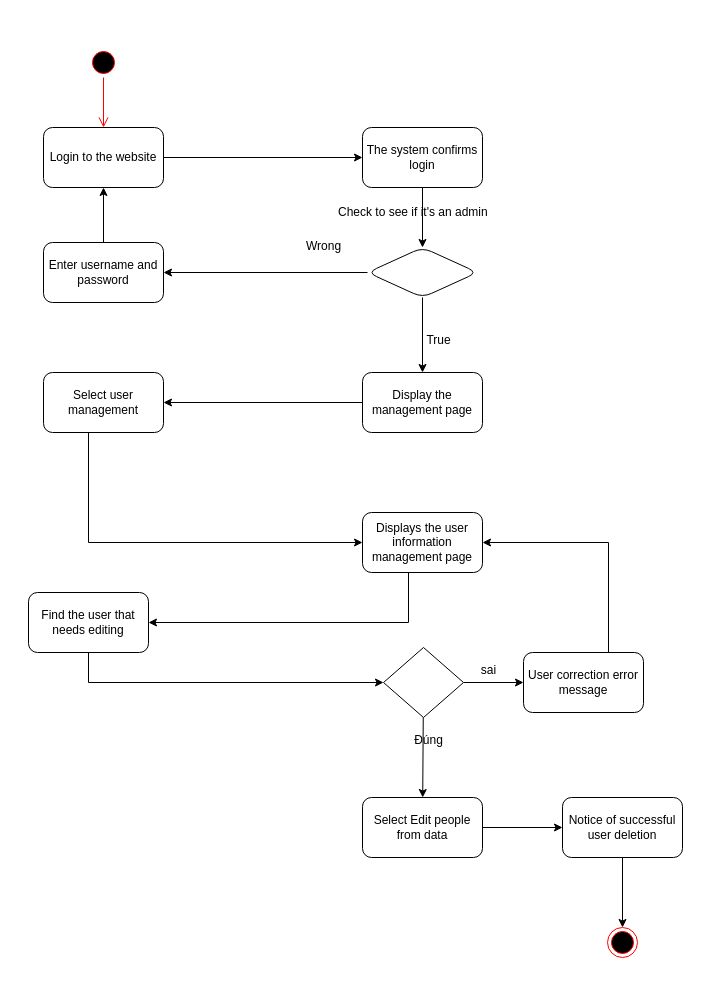
Earlier version of the draw.io diagram page "activity sửa người dùng" (23 of 33) of Biểu đồ không có tiêu đề.drawio (anhduy7723/api_auth). Source tidied: cells renumbered, new cells numbered last; positions are measured from the earlier drawing's top-left corner, leaving out a move shared by most shapes. Both pictures are drawn from the tidied source at 100%, with x=0, y=0 at pixel (28, 47).
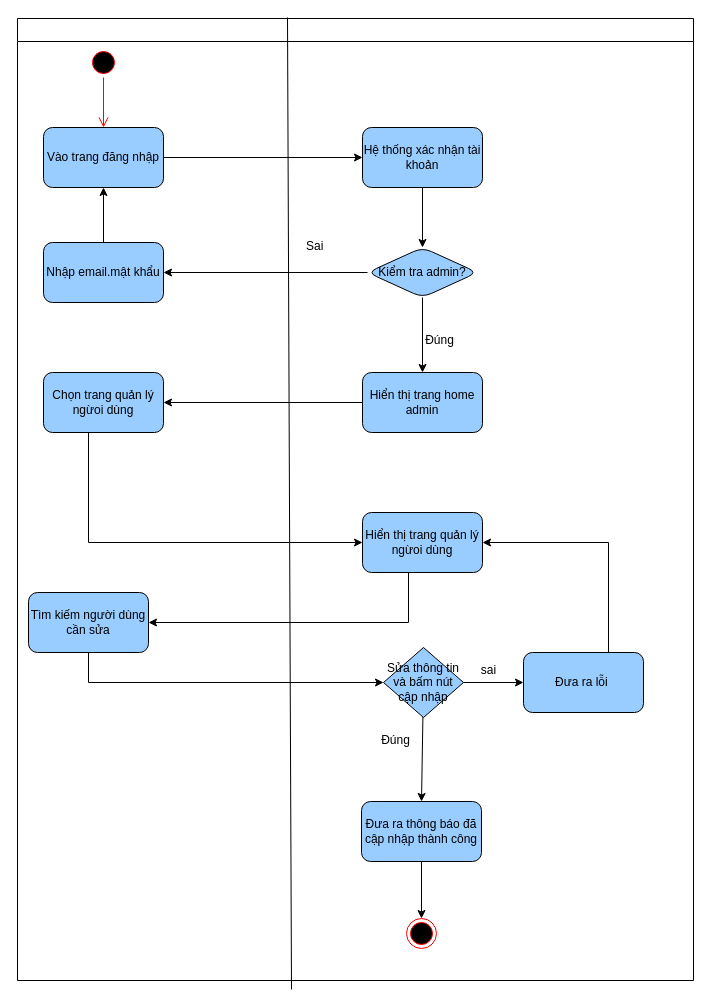
Above is the later version.

Diff of the diagram source:
```diff
@@
-    <mxCell id="5" value="Login to the website" style="rounded=1;whiteSpace=wrap;html=1;" parent="1" vertex="1">
+    <mxCell id="5" value="Vào trang đăng nhập" style="rounded=1;whiteSpace=wrap;html=1;fillColor=#99CCFF;" parent="1" vertex="1">
       <mxGeometry x="15" y="80" width="120" height="60" as="geometry" />
     </mxCell>
@@
-    <mxCell id="7" value="The system confirms login" style="rounded=1;whiteSpace=wrap;html=1;" parent="1" vertex="1">
+    <mxCell id="7" value="Hệ thống xác nhận tài khoản" style="rounded=1;whiteSpace=wrap;html=1;fillColor=#99CCFF;" parent="1" vertex="1">
       <mxGeometry x="334" y="80" width="120" height="60" as="geometry" />
     </mxCell>
@@
-    <mxCell id="10" style="rhombus;whiteSpace=wrap;html=1;rounded=1;" parent="1" vertex="1">
+    <mxCell id="10" value="Kiểm tra admin?" style="rhombus;whiteSpace=wrap;html=1;rounded=1;fillColor=#99CCFF;" parent="1" vertex="1">
       <mxGeometry x="339" y="200" width="110" height="50" as="geometry" />
     </mxCell>
@@
-    <mxCell id="12" value="Enter username and password" style="whiteSpace=wrap;html=1;rounded=1;" parent="1" vertex="1">
+    <mxCell id="12" value="Nhập email.mật khẩu" style="whiteSpace=wrap;html=1;rounded=1;fillColor=#99CCFF;" parent="1" vertex="1">
       <mxGeometry x="15" y="195" width="120" height="60" as="geometry" />
     </mxCell>
@@
-    <mxCell id="14" value="Display the management page" style="whiteSpace=wrap;html=1;rounded=1;" parent="1" vertex="1">
+    <mxCell id="14" value="Hiển thị trang home admin" style="whiteSpace=wrap;html=1;rounded=1;fillColor=#99CCFF;" parent="1" vertex="1">
       <mxGeometry x="334" y="325" width="120" height="60" as="geometry" />
     </mxCell>
-    <mxCell id="15" value="True" style="text;html=1;align=center;verticalAlign=middle;strokeColor=none;fillColor=none;" parent="1" vertex="1">
-      <mxGeometry x="389" y="280" width="42" height="26" as="geometry" />
+    <mxCell id="15" value="Đúng" style="text;html=1;align=center;verticalAlign=middle;strokeColor=none;fillColor=none;" parent="1" vertex="1">
+      <mxGeometry x="387" y="280" width="47" height="26" as="geometry" />
     </mxCell>
@@
-    <mxCell id="17" value="Select user management" style="whiteSpace=wrap;html=1;rounded=1;" parent="1" vertex="1">
+    <mxCell id="17" value="Chọn trang quản lý ngừoi dùng" style="whiteSpace=wrap;html=1;rounded=1;fillColor=#99CCFF;" parent="1" vertex="1">
       <mxGeometry x="15" y="325" width="120" height="60" as="geometry" />
     </mxCell>
@@
-    <mxCell id="19" value="Displays the user information management page" style="whiteSpace=wrap;html=1;rounded=1;" parent="1" vertex="1">
+    <mxCell id="19" value="Hiển thị trang quản lý ngừoi dùng" style="whiteSpace=wrap;html=1;rounded=1;fillColor=#99CCFF;" parent="1" vertex="1">
       <mxGeometry x="334" y="465" width="120" height="60" as="geometry" />
     </mxCell>
@@
-    <mxCell id="21" value="Find the user that needs editing" style="rounded=1;whiteSpace=wrap;html=1;" parent="1" vertex="1">
+    <mxCell id="21" value="Tìm kiếm người dùng cần sửa" style="rounded=1;whiteSpace=wrap;html=1;fillColor=#99CCFF;" parent="1" vertex="1">
       <mxGeometry y="545" width="120" height="60" as="geometry" />
     </mxCell>
-    <mxCell id="22" style="edgeStyle=none;rounded=0;jettySize=auto;html=1;" parent="1" edge="1" source="24" target="26">
+    <mxCell id="22" style="edgeStyle=none;rounded=0;jettySize=auto;html=1;entryX=0.5;entryY=0;entryDx=0;entryDy=0;" parent="1" edge="1" source="24" target="32">
       <mxGeometry relative="1" as="geometry" />
     </mxCell>
@@
-    <mxCell id="24" style="rhombus;whiteSpace=wrap;html=1;" parent="1" vertex="1">
+    <mxCell id="24" value="Sửa thông tin và bấm nút cập nhập" style="rhombus;whiteSpace=wrap;html=1;fillColor=#99CCFF;" parent="1" vertex="1">
       <mxGeometry x="355" y="600" width="80" height="70" as="geometry" />
     </mxCell>
-    <mxCell id="25" style="edgeStyle=none;rounded=0;jettySize=auto;html=1;" parent="1" edge="1" source="26" target="32">
-      <mxGeometry relative="1" as="geometry" />
-    </mxCell>
-    <mxCell id="26" value="Select Edit people from data" style="rounded=1;whiteSpace=wrap;html=1;" parent="1" vertex="1">
-      <mxGeometry x="334" y="750" width="120" height="60" as="geometry" />
-    </mxCell>
@@
-    <mxCell id="28" value="User correction error message" style="rounded=1;whiteSpace=wrap;html=1;" parent="1" vertex="1">
+    <mxCell id="28" value="Đưa ra lỗi&amp;nbsp;" style="rounded=1;whiteSpace=wrap;html=1;fillColor=#99CCFF;" parent="1" vertex="1">
       <mxGeometry x="495" y="605" width="120" height="60" as="geometry" />
     </mxCell>
@@
-    <mxCell id="30" value="Đúng" style="text;html=1;align=center;verticalAlign=middle;strokeColor=none;fillColor=none;" parent="1" vertex="1">
-      <mxGeometry x="375" y="678" width="50" height="30" as="geometry" />
-    </mxCell>
-    <mxCell id="31" style="edgeStyle=none;rounded=0;jettySize=auto;html=1;" parent="1" edge="1" source="32" target="33">
-      <mxGeometry relative="1" as="geometry" />
-    </mxCell>
+    <mxCell id="35" value="Sai" style="text;whiteSpace=wrap;" parent="1" vertex="1">
+      <mxGeometry x="276" y="185" width="63" height="36" as="geometry" />
+    </mxCell>
+    <mxCell id="36" style="swimlane;" parent="1" vertex="1">
+      <mxGeometry x="-11" y="-29" width="676" height="962" as="geometry" />
+    </mxCell>
-    <mxCell id="32" value="Notice of successful user deletion" style="rounded=1;whiteSpace=wrap;html=1;" parent="1" vertex="1">
-      <mxGeometry x="534" y="750" width="120" height="60" as="geometry" />
+    <mxCell id="32" value="Đưa ra thông báo đã cập nhập thành công" style="rounded=1;whiteSpace=wrap;html=1;fillColor=#99CCFF;" parent="36" vertex="1">
+      <mxGeometry x="344" y="783" width="120" height="60" as="geometry" />
     </mxCell>
-    <mxCell id="33" style="ellipse;html=1;shape=endState;fillColor=#000000;strokeColor=#ff0000;" parent="1" vertex="1">
-      <mxGeometry x="579" y="880" width="30" height="30" as="geometry" />
+    <mxCell id="33" style="ellipse;html=1;shape=endState;fillColor=#000000;strokeColor=#ff0000;" parent="36" vertex="1">
+      <mxGeometry x="389" y="900" width="30" height="30" as="geometry" />
     </mxCell>
-    <mxCell id="34" value="Check to see if it's an admin" style="text;whiteSpace=wrap;" parent="1" vertex="1">
-      <mxGeometry x="308" y="151" width="178" height="36" as="geometry" />
-    </mxCell>
-    <mxCell id="35" value="Wrong" style="text;whiteSpace=wrap;" parent="1" vertex="1">
-      <mxGeometry x="276" y="185" width="63" height="36" as="geometry" />
-    </mxCell>
+    <mxCell id="31" style="edgeStyle=none;rounded=0;jettySize=auto;html=1;" parent="36" edge="1" source="32" target="33">
+      <mxGeometry relative="1" as="geometry" />
+    </mxCell>
+    <mxCell id="30" value="Đúng" style="text;html=1;align=center;verticalAlign=middle;strokeColor=none;fillColor=none;" parent="36" vertex="1">
+      <mxGeometry x="353" y="707" width="50" height="30" as="geometry" />
+    </mxCell>
+    <mxCell id="37" style="endArrow=none;html=1;rounded=0;" parent="1" edge="1">
+      <mxGeometry relative="1" as="geometry">
+        <mxPoint x="263" y="942" as="sourcePoint" />
+        <mxPoint x="259" y="-30" as="targetPoint" />
+      </mxGeometry>
+    </mxCell>
```
